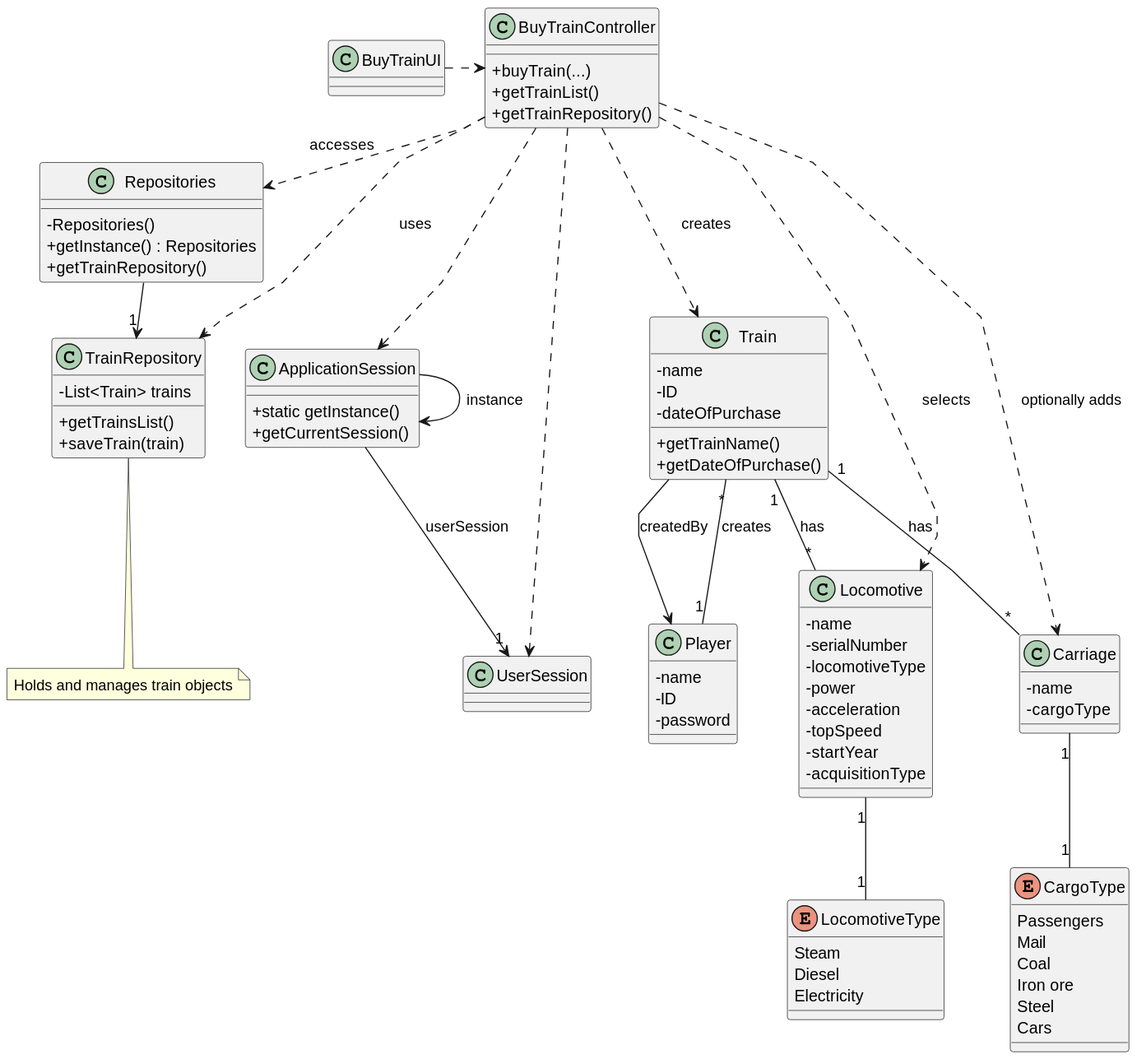
Before: docs/sprint2/us009/03.design/svg/us009-class-diagram.svg, a diagram exported from PlantUML (ivasduarte/all-aboard).
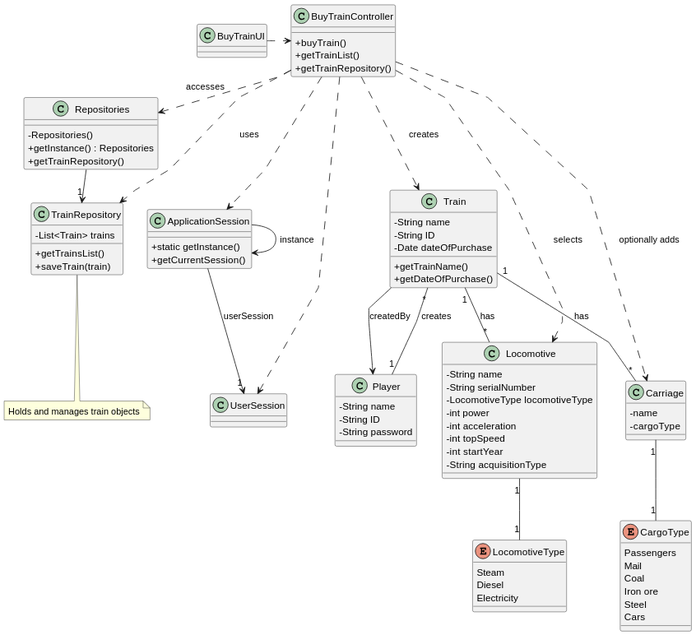
Later version of the same file.

Commit message:
US009(docs): corrections on the class diagram

What changed in the source:
```diff
@@ -14,28 +14,28 @@
 }
 
 class Player {
-    - name
-    - ID
-    - password
+    - String name
+    - String ID
+    - String password
 }
 
 class Train {
-    - name
-    - ID
-    - dateOfPurchase
+    - String name
+    - String ID
+    - Date dateOfPurchase
     + getTrainName()
     + getDateOfPurchase()
 }
 
 class Locomotive {
-    - name
-    - serialNumber
-    - locomotiveType
-    - power
-    - acceleration
-    - topSpeed
-    - startYear
-    - acquisitionType
+    - String name
+    - String serialNumber
+    - LocomotiveType locomotiveType
+    - int power
+    - int acceleration
+    - int topSpeed
+    - int startYear
+    - String acquisitionType
 }
 
 enum LocomotiveType {
@@ -71,7 +71,7 @@
 }
 
 class BuyTrainController {
-    + buyTrain(...)
+    + buyTrain()
     + getTrainList()
     + getTrainRepository()
 }
```
